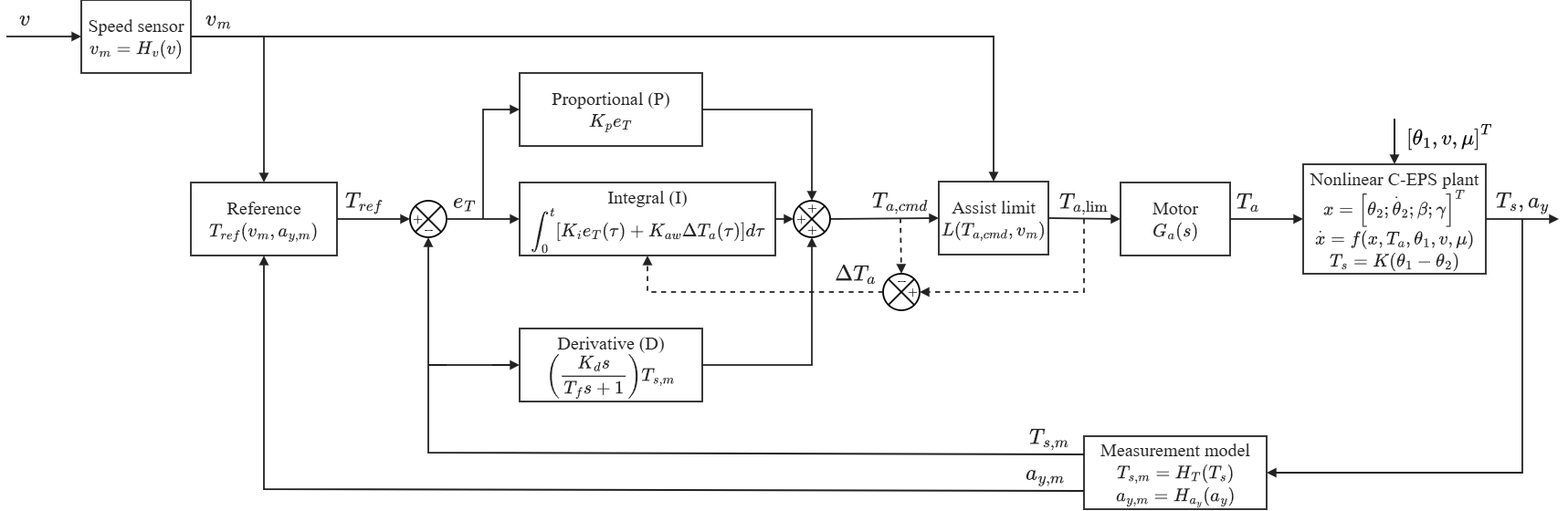
Above: Figures/new/main/Fig_PID.png in TanTramM/Adaptive-EPS-using-Reinforcement-Learning (draw.io), before the change. Source tidied: cells renumbered, new cells last; positions are measured from the earlier drawing's top-left corner, leaving out a move shared by most shapes.
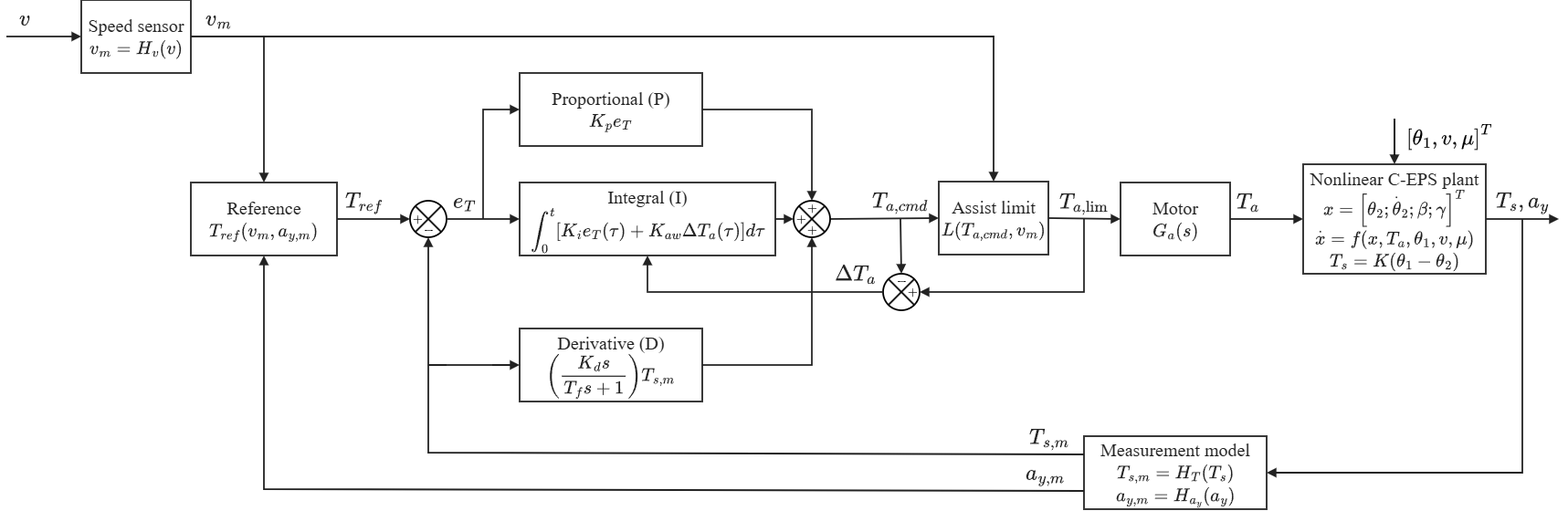
The same diagram one commit later.

The edit, as a diff of the source:
```diff
@@ -161,7 +161,7 @@
         </Array>
       </mxGeometry>
     </mxCell>
-    <mxCell id="42" style="endArrow=block;startArrow=none;endFill=1;startFill=1;html=1;rounded=0;strokeColor=#222222;strokeWidth=1.8;exitX=0.5;exitY=1;exitDx=0;exitDy=0;entryX=1;entryY=0.5;entryDx=0;entryDy=0;dashed=1;" parent="1" edge="1" source="6" target="44">
+    <mxCell id="42" style="endArrow=block;startArrow=none;endFill=1;startFill=1;html=1;rounded=0;strokeColor=#222222;strokeWidth=1.8;exitX=0.5;exitY=1;exitDx=0;exitDy=0;entryX=1;entryY=0.5;entryDx=0;entryDy=0;" parent="1" edge="1" source="6" target="44">
       <mxGeometry relative="1" as="geometry">
         <Array as="points">
           <mxPoint x="1180" y="320" />
@@ -186,10 +186,10 @@
     <mxCell id="48" value="`-`" style="text;html=1;whiteSpace=wrap;strokeColor=none;fillColor=none;align=center;verticalAlign=middle;rounded=0;" parent="43" vertex="1">
       <mxGeometry x="15" y="3" width="10" height="10" as="geometry" />
     </mxCell>
-    <mxCell id="49" style="endArrow=block;startArrow=none;endFill=1;startFill=1;html=1;rounded=0;strokeColor=#222222;strokeWidth=1.8;exitX=0.5;exitY=1;exitDx=0;exitDy=0;entryX=0.5;entryY=0;entryDx=0;entryDy=0;dashed=1;" parent="1" edge="1" source="4" target="44">
+    <mxCell id="49" style="endArrow=block;startArrow=none;endFill=1;startFill=1;html=1;rounded=0;strokeColor=#222222;strokeWidth=1.8;exitX=0.5;exitY=1;exitDx=0;exitDy=0;entryX=0.5;entryY=0;entryDx=0;entryDy=0;" parent="1" edge="1" source="4" target="44">
       <mxGeometry relative="1" as="geometry" />
     </mxCell>
-    <mxCell id="50" style="endArrow=block;startArrow=none;endFill=1;startFill=1;html=1;rounded=0;strokeColor=#222222;strokeWidth=1.8;entryX=0.5;entryY=1;entryDx=0;entryDy=0;exitX=0;exitY=0.5;exitDx=0;exitDy=0;dashed=1;" parent="1" edge="1" source="44" target="31">
+    <mxCell id="50" style="endArrow=block;startArrow=none;endFill=1;startFill=1;html=1;rounded=0;strokeColor=#222222;strokeWidth=1.8;entryX=0.5;entryY=1;entryDx=0;entryDy=0;exitX=0;exitY=0.5;exitDx=0;exitDy=0;" parent="1" edge="1" source="44" target="31">
       <mxGeometry x="0.04" relative="1" as="geometry">
         <Array as="points">
           <mxPoint x="702" y="320" />
```
